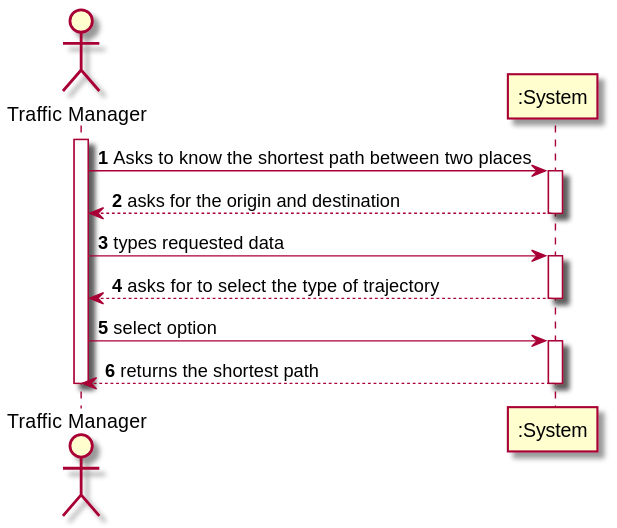
The PlantUML diagram docs/Sprint 4/US/US402/US402_SSD.svg in 1190772/LAB-Project-3, before a commit.
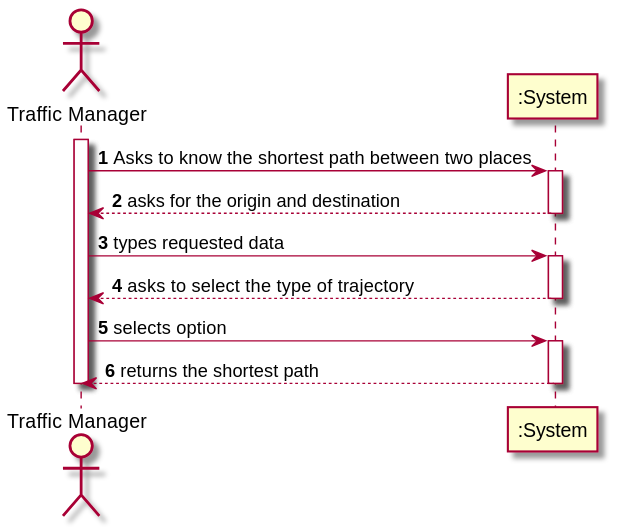
The same file after the commit.

Diff of the diagram source:
```diff
@@ -14,10 +14,10 @@
 TM -> ":System" : types requested data
 
 activate ":System"
-":System" --> TM : asks for to select the type of trajectory
+":System" --> TM : asks to select the type of trajectory
 deactivate ":System"
 
-TM -> ":System" : select option
+TM -> ":System" : selects option
 
 activate ":System"
 ":System" --> TM : returns the shortest path
```
